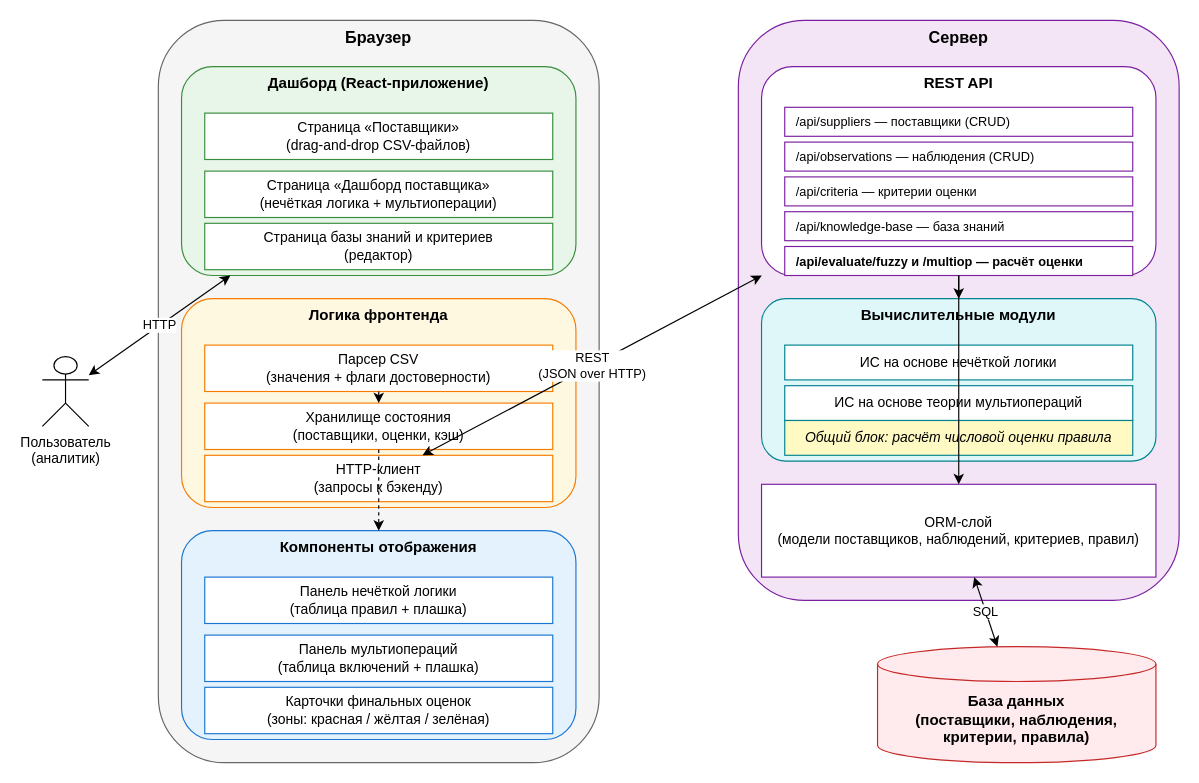
This is samples/test-cases/diagrams/architecture.drawio from arishkaa05/Supplier-Evaluation-System, a draw.io file, before an edit. Source tidied: cells renumbered, new cells numbered last; positions are measured from the earlier drawing's top-left corner, leaving out a move shared by most shapes. Both pictures are drawn from the tidied source at 116%, with x=0, y=0 at pixel (42, 20).
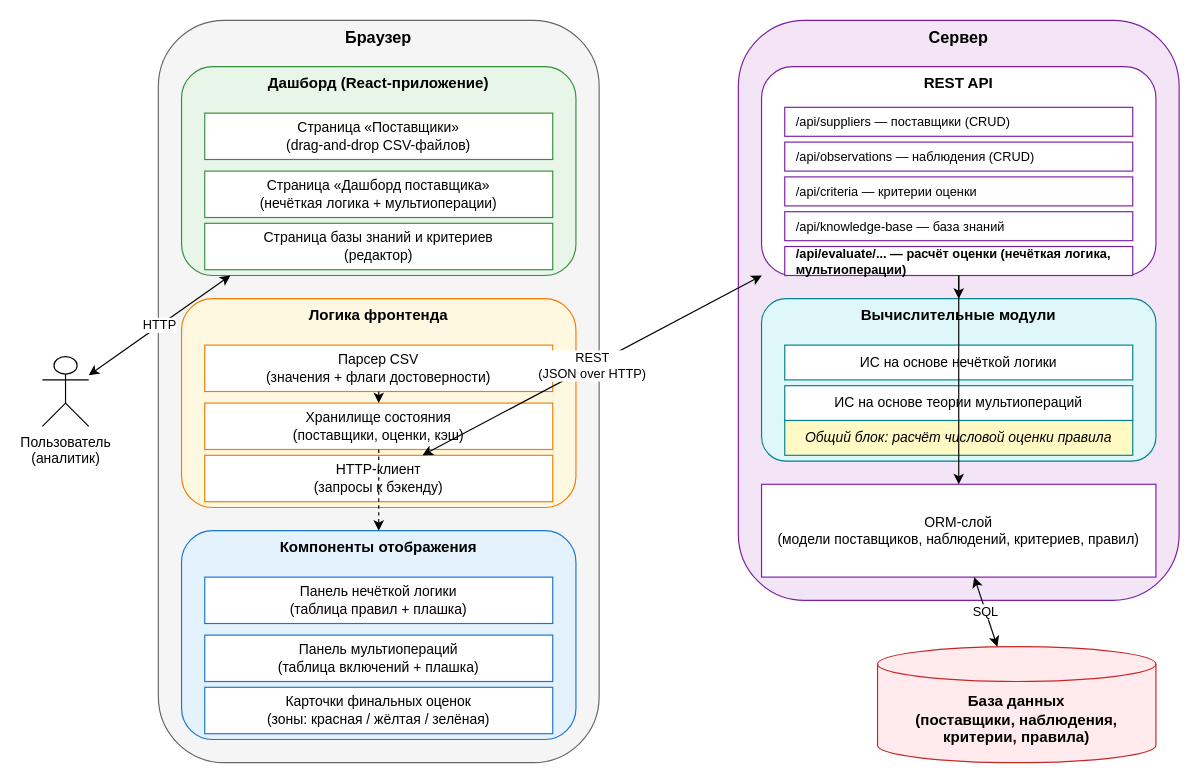
The same diagram, later.

Diff of the diagram source:
```diff
@@
-    <mxCell id="22" value="/api/evaluate/fuzzy и /multiop — расчёт оценки" style="rounded=0;whiteSpace=wrap;html=1;fillColor=#FFFFFF;strokeColor=#7B1FA2;fontSize=11;align=left;spacingLeft=8;fontStyle=1;" parent="1" vertex="1">
+    <mxCell id="22" value="/api/evaluate/... — расчёт оценки (нечёткая логика, мультиоперации)" style="rounded=0;whiteSpace=wrap;html=1;fillColor=#FFFFFF;strokeColor=#7B1FA2;fontSize=11;align=left;spacingLeft=8;fontStyle=1;" parent="1" vertex="1">
       <mxGeometry x="640" y="195" width="300" height="25" as="geometry" />
     </mxCell>
```
